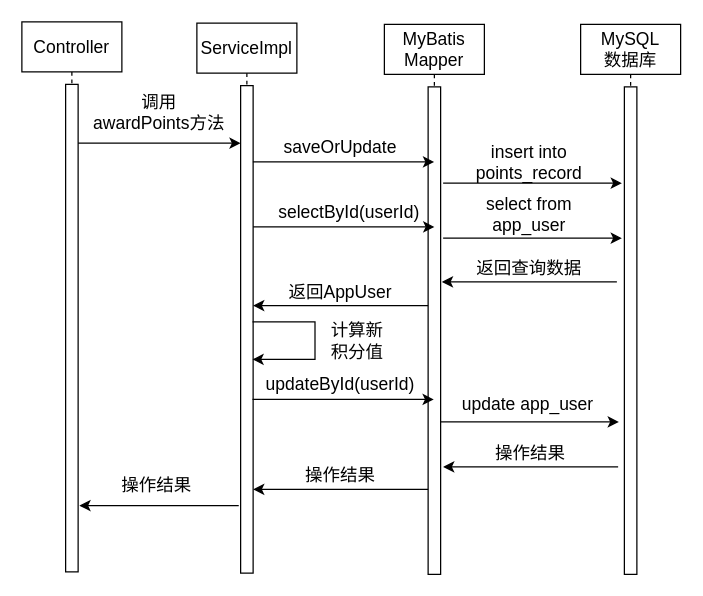
mochaDMQ/myPicture keeps this draw.io diagram as 删除积分.drawio. Above is the earlier version. Source tidied: cells renumbered, new cells numbered last; positions are measured from the earlier drawing's top-left corner, leaving out a move shared by most shapes. Both pictures are drawn from the tidied source at 125%, with x=0, y=0 at pixel (21, 21).
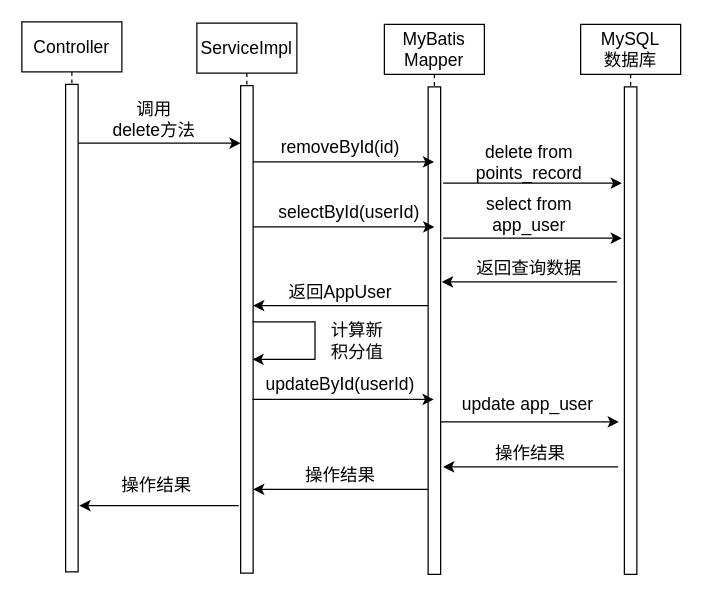
After the change.

Commit message:
更新删除积分.drawio

Unchanged cells that the change refers to:
```xml
<mxCell id="14" style="group;" parent="1" vertex="1">
  <mxGeometry x="184.8" y="87" width="145" height="26" as="geometry" />
</mxCell>
```

The edit, as a diff of the source:
```diff
@@
-    <mxCell id="12" value="&lt;div&gt;调用&lt;/div&gt;&lt;div&gt;awardPoints方法&lt;/div&gt;" style="text;html=1;align=center;verticalAlign=middle;whiteSpace=wrap;rounded=0;fontSize=14;fontFamily=宋体;" parent="1" vertex="1">
-      <mxGeometry x="55" y="59" width="110" height="26" as="geometry" />
+    <mxCell id="12" value="&lt;div&gt;调用&lt;/div&gt;&lt;div&gt;delete方法&lt;/div&gt;" style="text;html=1;align=center;verticalAlign=middle;whiteSpace=wrap;rounded=0;fontSize=14;fontFamily=宋体;" parent="1" vertex="1">
+      <mxGeometry x="51" y="65" width="110" height="26" as="geometry" />
     </mxCell>
@@
-    <mxCell id="16" value="saveOrUpdate" style="text;html=1;align=center;verticalAlign=middle;whiteSpace=wrap;rounded=0;fontSize=14;fontFamily=宋体;spacing=0;" parent="14" vertex="1">
+    <mxCell id="16" value="removeById(id)" style="text;html=1;align=center;verticalAlign=middle;whiteSpace=wrap;rounded=0;fontSize=14;fontFamily=宋体;spacing=0;" parent="14" vertex="1">
       <mxGeometry x="12.3" width="116" height="26" as="geometry" />
     </mxCell>
@@
-    <mxCell id="30" value="insert into&lt;div&gt;points_record&lt;/div&gt;" style="text;html=1;align=center;verticalAlign=middle;whiteSpace=wrap;rounded=0;fontSize=14;fontFamily=宋体;spacing=0;" parent="1" vertex="1">
+    <mxCell id="30" value="delete from&lt;div&gt;points_record&lt;/div&gt;" style="text;html=1;align=center;verticalAlign=middle;whiteSpace=wrap;rounded=0;fontSize=14;fontFamily=宋体;spacing=0;" parent="1" vertex="1">
       <mxGeometry x="337" y="99" width="138.2" height="26" as="geometry" />
     </mxCell>
```
